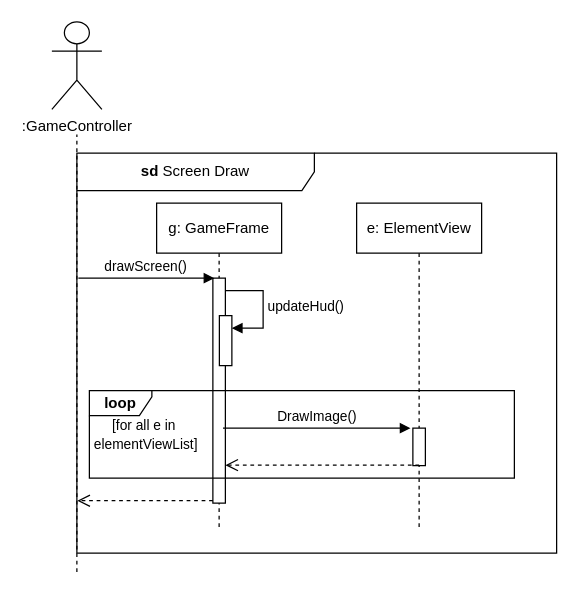
Earlier version of the draw.io diagram page "Screen draw" (2 of 3) of Beadások/9. Beadás - GUI tervek/GUI szekvencia - avagy MegölömMagamHaMégEgySzekvenciátKellCsinálnom.drawio (XanleR/U.B.R.---Projlab-2024). Source tidied: cells renumbered, new cells numbered last; positions are measured from the earlier drawing's top-left corner, leaving out a move shared by most shapes. Both pictures are drawn from the tidied source at 125%, with x=0, y=0 at pixel (51, 21).
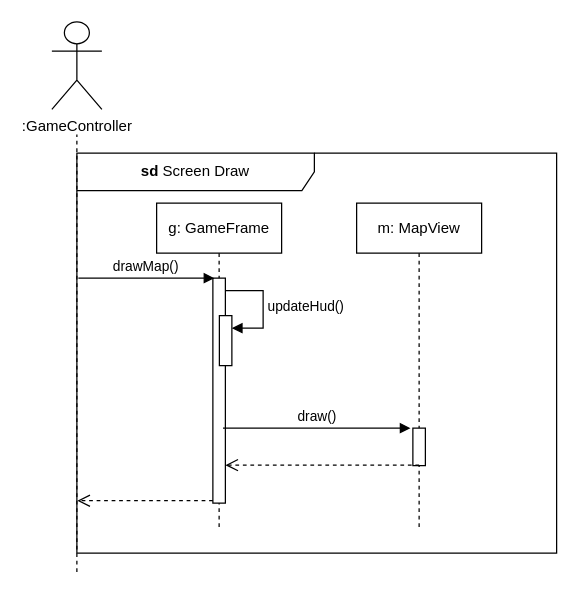
The same diagram, later.

Diff of the diagram source:
```diff
@@
-    <mxCell id="4" value="e: ElementView" style="shape=umlLifeline;perimeter=lifelinePerimeter;whiteSpace=wrap;html=1;newEdgeStyle={&quot;curved&quot;:0,&quot;rounded&quot;:0};" parent="1" vertex="1">
+    <mxCell id="4" value="m: MapView" style="shape=umlLifeline;perimeter=lifelinePerimeter;whiteSpace=wrap;html=1;newEdgeStyle={&quot;curved&quot;:0,&quot;rounded&quot;:0};" parent="1" vertex="1">
       <mxGeometry x="243.8" y="145" width="100" height="260" as="geometry" />
     </mxCell>
@@
-    <mxCell id="6" value="drawScreen()" style="html=1;verticalAlign=bottom;endArrow=block;curved=0;rounded=0;" parent="1" edge="1">
+    <mxCell id="6" value="drawMap()" style="html=1;verticalAlign=bottom;endArrow=block;curved=0;rounded=0;" parent="1" edge="1">
       <mxGeometry relative="1" as="geometry">
         <mxPoint x="21.2" y="205" as="sourcePoint" />
         <mxPoint x="130" y="205" as="targetPoint" />
       </mxGeometry>
     </mxCell>
-    <mxCell id="7" value="DrawImage()" style="html=1;verticalAlign=bottom;endArrow=block;curved=0;rounded=0;" parent="1" edge="1">
+    <mxCell id="7" value="draw()" style="html=1;verticalAlign=bottom;endArrow=block;curved=0;rounded=0;" parent="1" edge="1">
       <mxGeometry relative="1" as="geometry">
         <mxPoint x="136.9" y="325" as="sourcePoint" />
         <mxPoint x="286.9" y="325" as="targetPoint" />
       </mxGeometry>
     </mxCell>
@@
-    <mxCell id="13" value="&lt;b&gt;loop&lt;/b&gt;" style="shape=umlFrame;whiteSpace=wrap;html=1;width=50;height=20;" parent="1" vertex="1">
-      <mxGeometry x="30" y="295" width="340" height="70" as="geometry" />
-    </mxCell>
-    <mxCell id="14" value="&lt;font style=&quot;font-size: 11px;&quot;&gt;[for all e in&amp;nbsp;&lt;/font&gt;&lt;div&gt;&lt;font style=&quot;font-size: 11px;&quot;&gt;elementViewList]&lt;/font&gt;&lt;/div&gt;" style="text;html=1;align=center;verticalAlign=middle;strokeColor=none;fillColor=none;" parent="1" vertex="1">
-      <mxGeometry x="20" y="310" width="110" height="40" as="geometry" />
-    </mxCell>
```
